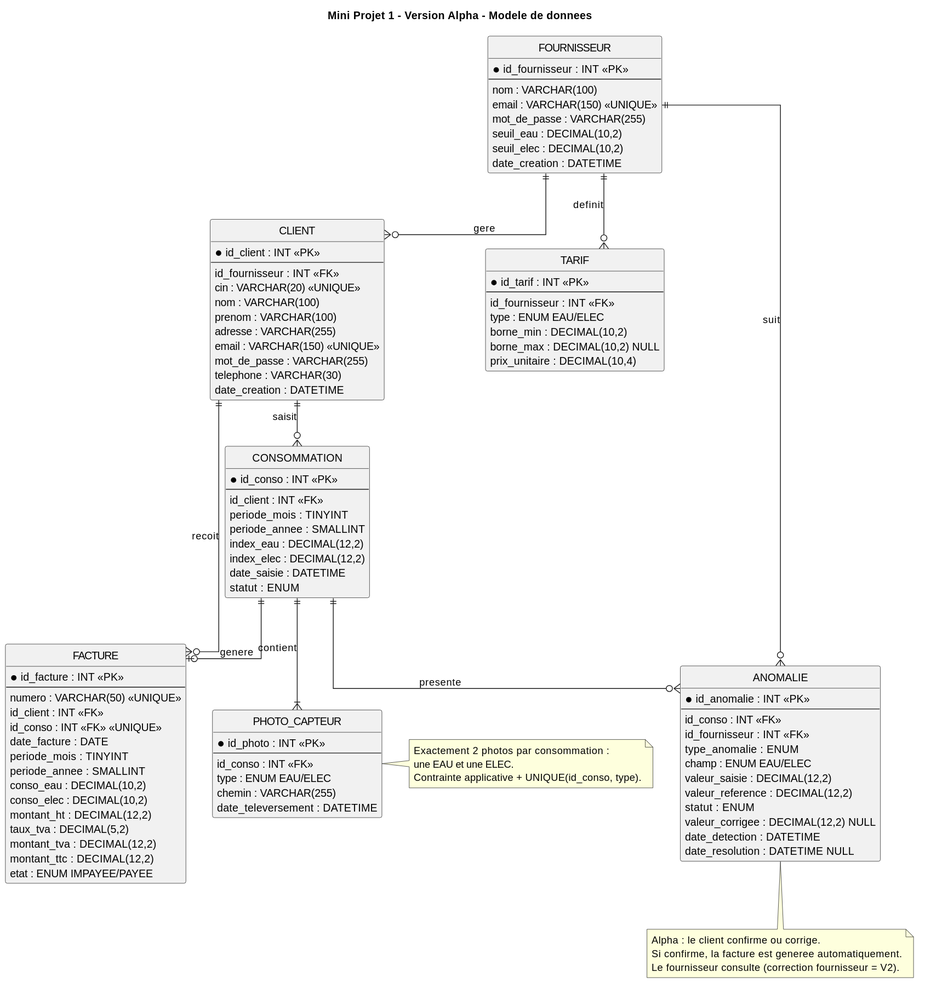
Earlier version of the PlantUML export docs/conception/msd/msd.svg (AbdellahBouarguan/miniprojectI_WEB).
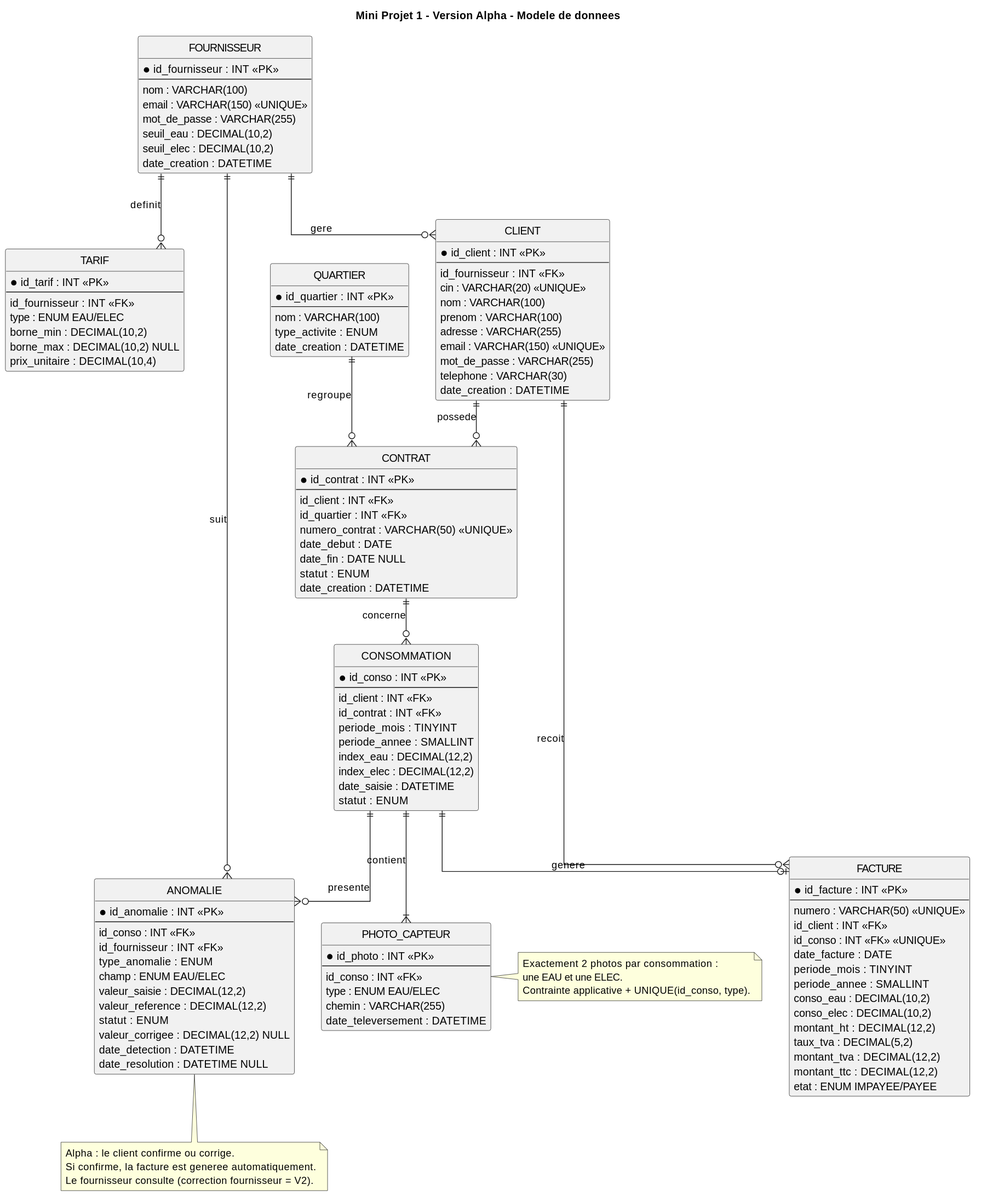
The same file after the commit.

What changed in the source:
```diff
@@ -32,6 +32,26 @@
   date_creation : DATETIME
 }
 
+entity "QUARTIER" as quartier {
+  * id_quartier : INT <<PK>>
+  --
+  nom : VARCHAR(100)
+  type_activite : ENUM
+  date_creation : DATETIME
+}
+
+entity "CONTRAT" as contrat {
+  * id_contrat : INT <<PK>>
+  --
+  id_client : INT <<FK>>
+  id_quartier : INT <<FK>>
+  numero_contrat : VARCHAR(50) <<UNIQUE>>
+  date_debut : DATE
+  date_fin : DATE NULL
+  statut : ENUM
+  date_creation : DATETIME
+}
+
 entity "TARIF" as tarif {
   * id_tarif : INT <<PK>>
   --
@@ -46,6 +66,7 @@
   * id_conso : INT <<PK>>
   --
   id_client : INT <<FK>>
+  id_contrat : INT <<FK>>
   periode_mois : TINYINT
   periode_annee : SMALLINT
   index_eau : DECIMAL(12,2)
@@ -99,7 +120,9 @@
 fournisseur ||--o{ client : "gere"
 fournisseur ||--o{ tarif : "definit"
 fournisseur ||--o{ anomalie : "suit"
-client ||--o{ consommation : "saisit"
+client ||--o{ contrat : "possede"
+quartier ||--o{ contrat : "regroupe"
+contrat ||--o{ consommation : "concerne"
 client ||--o{ facture : "recoit"
 consommation ||--o{ anomalie : "presente"
 consommation ||--o| facture : "genere"
```
